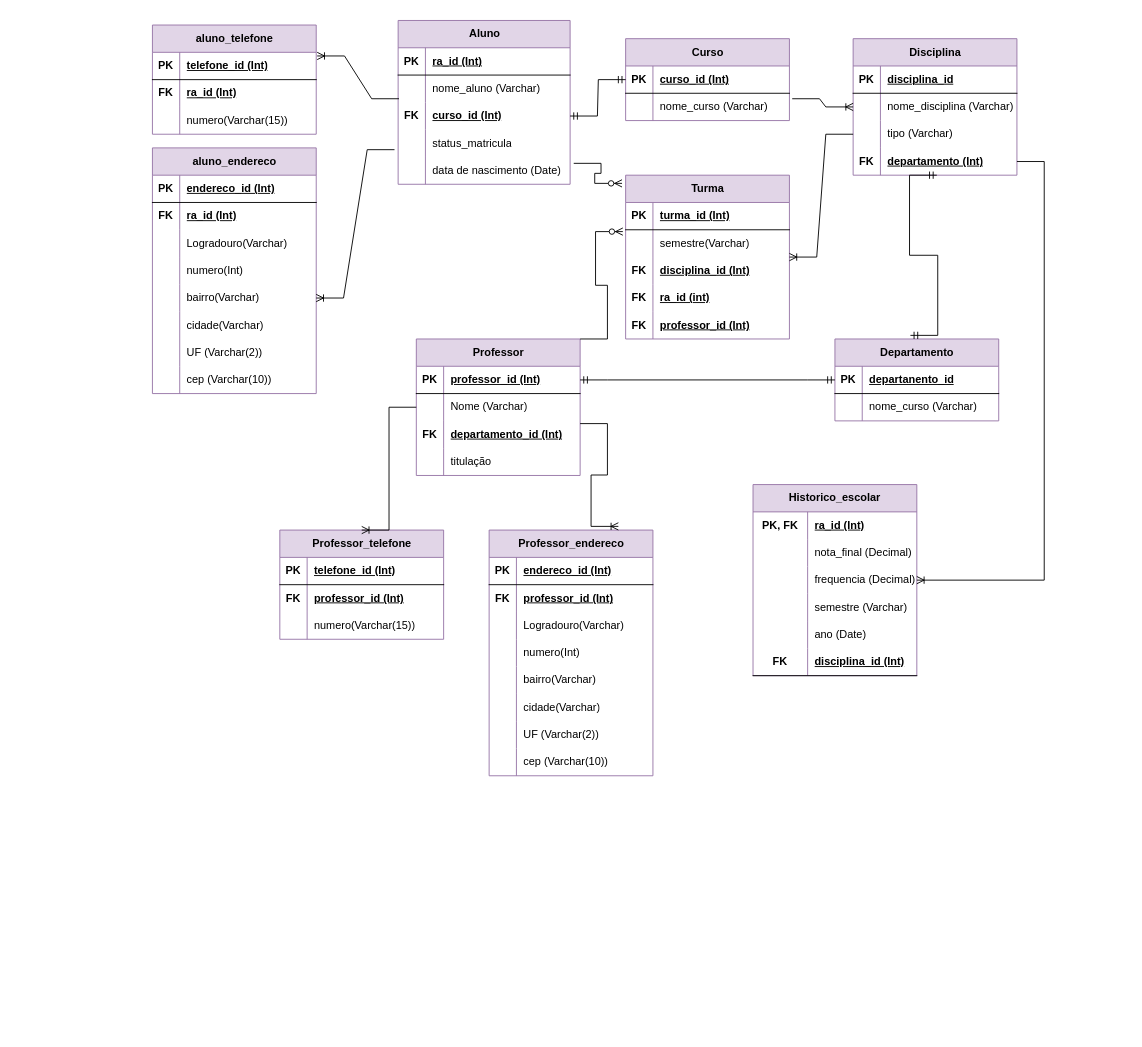
The draw.io diagram faculdadebd.drawio in Laraewellen/Banco-de-dados-teste, before the edit. Source tidied: cells renumbered, new cells numbered last; positions are measured from the earlier drawing's top-left corner, leaving out a move shared by most shapes. Both pictures are drawn from the tidied source at 91%, with x=0, y=0 at pixel (152, 20).
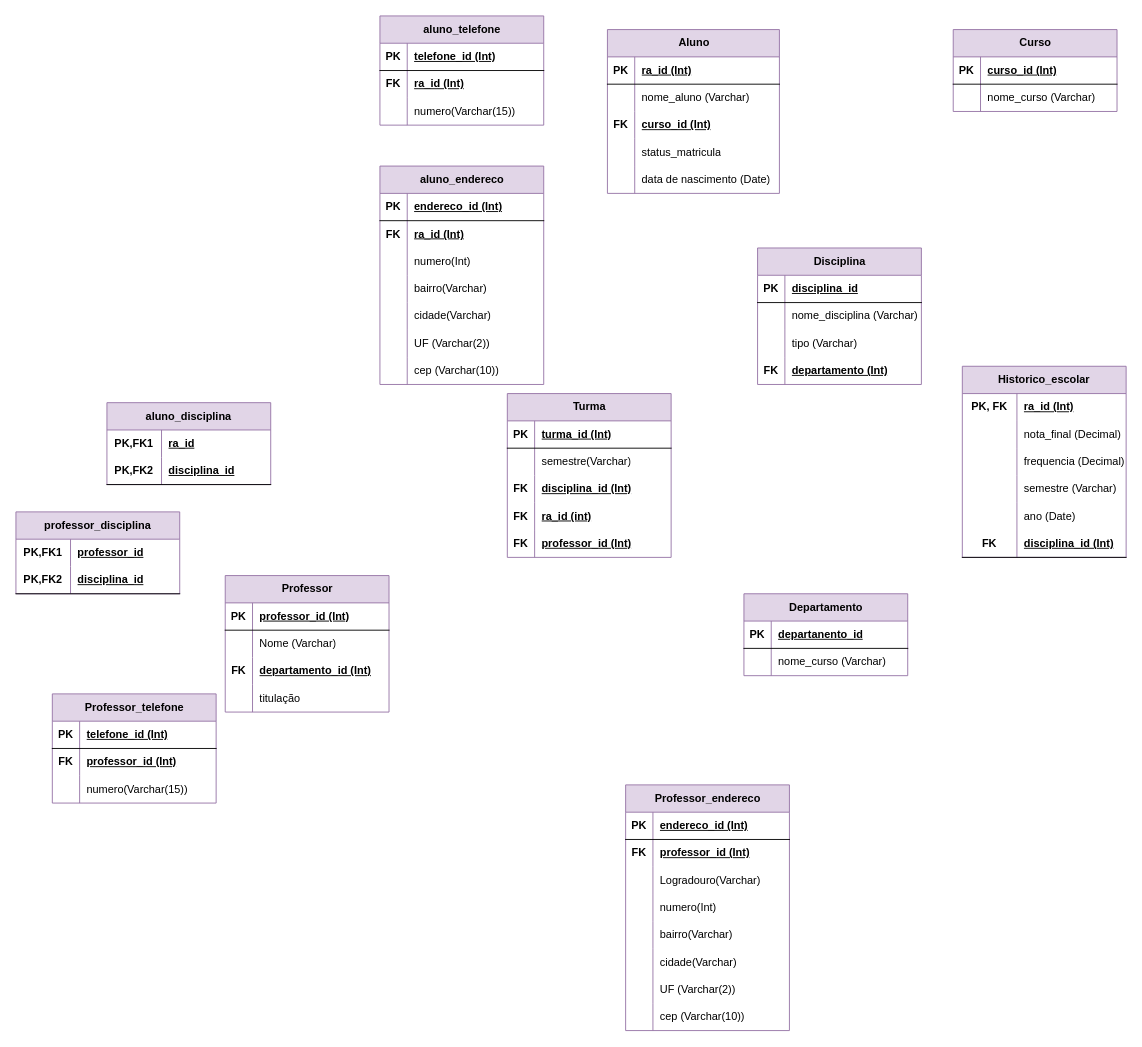
The same diagram, later.

The change refers to these unchanged cells:
```xml
<mxCell id="9" style="shape=tableRow;horizontal=0;startSize=0;swimlaneHead=0;swimlaneBody=0;fillColor=none;points=[[0,0.5],[1,0.5]];portConstraint=eastwest;top=0;left=0;right=0;bottom=0;" parent="2" vertex="1">
  <mxGeometry y="90" width="189" height="30" as="geometry" />
</mxCell>
<mxCell id="12" style="shape=tableRow;horizontal=0;startSize=0;swimlaneHead=0;swimlaneBody=0;fillColor=none;points=[[0,0.5],[1,0.5]];portConstraint=eastwest;top=0;left=0;right=0;bottom=0;" parent="2" vertex="1">
  <mxGeometry y="120" width="189" height="30" as="geometry" />
</mxCell>
<mxCell id="15" style="shape=tableRow;horizontal=0;startSize=0;swimlaneHead=0;swimlaneBody=0;fillColor=none;points=[[0,0.5],[1,0.5]];portConstraint=eastwest;top=0;left=0;right=0;bottom=0;" parent="2" vertex="1">
  <mxGeometry y="150" width="189" height="30" as="geometry" />
</mxCell>
<mxCell id="22" style="shape=tableRow;horizontal=0;startSize=0;swimlaneHead=0;swimlaneBody=0;fillColor=none;points=[[0,0.5],[1,0.5]];portConstraint=eastwest;top=0;left=0;right=0;bottom=0;" parent="18" vertex="1">
  <mxGeometry y="60" width="180" height="30" as="geometry" />
</mxCell>
<mxCell id="25" style="shape=tableRow;horizontal=0;startSize=0;swimlaneHead=0;swimlaneBody=0;fillColor=none;points=[[0,0.5],[1,0.5]];portConstraint=eastwest;top=0;left=0;right=0;bottom=0;" parent="18" vertex="1">
  <mxGeometry y="90" width="180" height="30" as="geometry" />
</mxCell>
<mxCell id="28" style="shape=tableRow;horizontal=0;startSize=0;swimlaneHead=0;swimlaneBody=0;fillColor=none;points=[[0,0.5],[1,0.5]];portConstraint=eastwest;top=0;left=0;right=0;bottom=0;" parent="18" vertex="1">
  <mxGeometry y="120" width="180" height="30" as="geometry" />
</mxCell>
<mxCell id="32" style="shape=tableRow;horizontal=0;startSize=0;swimlaneHead=0;swimlaneBody=0;fillColor=none;points=[[0,0.5],[1,0.5]];portConstraint=eastwest;top=0;left=0;right=0;bottom=1;" parent="31" vertex="1">
  <mxGeometry y="30" width="180" height="30" as="geometry" />
</mxCell>
<mxCell id="35" style="shape=tableRow;horizontal=0;startSize=0;swimlaneHead=0;swimlaneBody=0;fillColor=none;points=[[0,0.5],[1,0.5]];portConstraint=eastwest;top=0;left=0;right=0;bottom=0;" parent="31" vertex="1">
  <mxGeometry y="60" width="180" height="30" as="geometry" />
</mxCell>
<mxCell id="58" style="shape=tableRow;horizontal=0;startSize=0;swimlaneHead=0;swimlaneBody=0;fillColor=none;points=[[0,0.5],[1,0.5]];portConstraint=eastwest;top=0;left=0;right=0;bottom=1;" parent="57" vertex="1">
  <mxGeometry y="30" width="180" height="30" as="geometry" />
</mxCell>
<mxCell id="65" style="shape=tableRow;horizontal=0;startSize=0;swimlaneHead=0;swimlaneBody=0;fillColor=none;points=[[0,0.5],[1,0.5]];portConstraint=eastwest;top=0;left=0;right=0;bottom=1;" parent="64" vertex="1">
  <mxGeometry y="30" width="180" height="30" as="geometry" />
</mxCell>
<mxCell id="68" style="shape=tableRow;horizontal=0;startSize=0;swimlaneHead=0;swimlaneBody=0;fillColor=none;points=[[0,0.5],[1,0.5]];portConstraint=eastwest;top=0;left=0;right=0;bottom=0;" parent="64" vertex="1">
  <mxGeometry y="60" width="180" height="30" as="geometry" />
</mxCell>
<mxCell id="71" style="shape=tableRow;horizontal=0;startSize=0;swimlaneHead=0;swimlaneBody=0;fillColor=none;points=[[0,0.5],[1,0.5]];portConstraint=eastwest;top=0;left=0;right=0;bottom=0;" parent="64" vertex="1">
  <mxGeometry y="90" width="180" height="30" as="geometry" />
</mxCell>
<mxCell id="81" style="shape=tableRow;horizontal=0;startSize=0;swimlaneHead=0;swimlaneBody=0;fillColor=none;points=[[0,0.5],[1,0.5]];portConstraint=eastwest;top=0;left=0;right=0;bottom=0;" parent="77" vertex="1">
  <mxGeometry y="60" width="180" height="30" as="geometry" />
</mxCell>
<mxCell id="139" style="shape=tableRow;horizontal=0;startSize=0;swimlaneHead=0;swimlaneBody=0;fillColor=none;points=[[0,0.5],[1,0.5]];portConstraint=eastwest;top=0;left=0;right=0;bottom=1;" parent="138" vertex="1">
  <mxGeometry y="30" width="180" height="30" as="geometry" />
</mxCell>
```

The edit, as a diff of the source:
```diff
@@
     <mxCell id="2" value="Aluno" style="shape=table;startSize=30;childLayout=tableLayout;rowLines=0;fontStyle=1;align=center;html=1;fillColor=#e1d5e7;strokeColor=#9673a6;" parent="1" vertex="1">
-      <mxGeometry x="270" width="189" height="180" as="geometry" />
+      <mxGeometry x="500" y="10" width="189" height="180" as="geometry" />
     </mxCell>
@@
     <mxCell id="18" value="Disciplina" style="shape=table;startSize=30;childLayout=tableLayout;rowLines=0;fontStyle=1;align=center;html=1;fillColor=#e1d5e7;strokeColor=#9673a6;" parent="1" vertex="1">
-      <mxGeometry x="770" y="20" width="180" height="150" as="geometry" />
+      <mxGeometry x="665" y="250" width="180" height="150" as="geometry" />
     </mxCell>
@@
     <mxCell id="31" value="Curso" style="shape=table;startSize=30;childLayout=tableLayout;rowLines=0;fontStyle=1;align=center;html=1;fillColor=#e1d5e7;strokeColor=#9673a6;" parent="1" vertex="1">
-      <mxGeometry x="520" y="20" width="180" height="90" as="geometry" />
+      <mxGeometry x="880" y="10" width="180" height="90" as="geometry" />
     </mxCell>
@@
     <mxCell id="38" value="Historico_escolar" style="shape=table;startSize=30;childLayout=tableLayout;rowLines=0;fontStyle=1;align=center;html=1;whiteSpace=wrap;fillColor=#e1d5e7;strokeColor=#9673a6;" parent="1" vertex="1">
-      <mxGeometry x="660" y="510" width="180" height="210" as="geometry" />
+      <mxGeometry x="890" y="380" width="180" height="210" as="geometry" />
     </mxCell>
@@
     <mxCell id="57" value="Departamento" style="shape=table;startSize=30;childLayout=tableLayout;rowLines=0;fontStyle=1;align=center;html=1;fillColor=#e1d5e7;strokeColor=#9673a6;" parent="1" vertex="1">
-      <mxGeometry x="750" y="350" width="180" height="90" as="geometry" />
+      <mxGeometry x="650" y="630" width="180" height="90" as="geometry" />
     </mxCell>
@@
     <mxCell id="64" value="Professor" style="shape=table;startSize=30;childLayout=tableLayout;rowLines=0;fontStyle=1;align=center;html=1;fillColor=#e1d5e7;strokeColor=#9673a6;" parent="1" vertex="1">
-      <mxGeometry x="290" y="350" width="180" height="150" as="geometry" />
+      <mxGeometry x="80" y="610" width="180" height="150" as="geometry" />
     </mxCell>
@@
     <mxCell id="77" value="Turma" style="shape=table;startSize=30;childLayout=tableLayout;rowLines=0;fontStyle=1;align=center;html=1;fillColor=#e1d5e7;strokeColor=#9673a6;" parent="1" vertex="1">
-      <mxGeometry x="520" y="170" width="180" height="180" as="geometry" />
+      <mxGeometry x="390" y="410" width="180" height="180" as="geometry" />
     </mxCell>
@@
-    <mxCell id="93" style="edgeStyle=entityRelationEdgeStyle;fontSize=12;html=1;endArrow=ERmandOne;startArrow=ERmandOne;rounded=0;exitX=1;exitY=0.5;exitDx=0;exitDy=0;entryX=0;entryY=0.5;entryDx=0;entryDy=0;" parent="1" edge="1" source="9" target="32">
-      <mxGeometry relative="1" as="geometry" />
-    </mxCell>
-    <mxCell id="94" style="edgeStyle=entityRelationEdgeStyle;fontSize=12;html=1;endArrow=ERoneToMany;rounded=0;entryX=0;entryY=0.5;entryDx=0;entryDy=0;exitX=1.017;exitY=0.2;exitDx=0;exitDy=0;exitPerimeter=0;" parent="1" edge="1" source="35" target="22">
-      <mxGeometry relative="1" as="geometry" />
-    </mxCell>
-    <mxCell id="95" style="edgeStyle=entityRelationEdgeStyle;fontSize=12;html=1;endArrow=ERmandOne;startArrow=ERmandOne;rounded=0;entryX=0.511;entryY=1;entryDx=0;entryDy=0;entryPerimeter=0;exitX=0.461;exitY=-0.044;exitDx=0;exitDy=0;exitPerimeter=0;" parent="1" edge="1" source="57" target="28">
-      <mxGeometry relative="1" as="geometry">
-        <Array as="points">
-          <mxPoint x="822" y="480" />
-          <mxPoint x="810" y="480" />
-        </Array>
-      </mxGeometry>
-    </mxCell>
-    <mxCell id="96" style="edgeStyle=entityRelationEdgeStyle;fontSize=12;html=1;endArrow=ERoneToMany;rounded=0;exitX=0;exitY=0.5;exitDx=0;exitDy=0;strokeColor=#000000;" parent="1" edge="1" source="25" target="77">
-      <mxGeometry relative="1" as="geometry">
-        <Array as="points">
-          <mxPoint x="700" y="180" />
-        </Array>
-      </mxGeometry>
-    </mxCell>
-    <mxCell id="97" style="edgeStyle=entityRelationEdgeStyle;fontSize=12;html=1;endArrow=ERoneToMany;rounded=0;" parent="1" edge="1" source="28" target="38">
-      <mxGeometry relative="1" as="geometry" />
-    </mxCell>
-    <mxCell id="98" style="edgeStyle=entityRelationEdgeStyle;fontSize=12;html=1;endArrow=ERmandOne;startArrow=ERmandOne;rounded=0;exitX=1;exitY=0.5;exitDx=0;exitDy=0;entryX=0;entryY=0.5;entryDx=0;entryDy=0;" parent="1" edge="1" source="65" target="58">
-      <mxGeometry relative="1" as="geometry" />
-    </mxCell>
-    <mxCell id="99" style="edgeStyle=entityRelationEdgeStyle;fontSize=12;html=1;endArrow=ERzeroToMany;endFill=1;rounded=0;entryX=-0.017;entryY=0.067;entryDx=0;entryDy=0;entryPerimeter=0;exitX=1;exitY=0;exitDx=0;exitDy=0;" parent="1" edge="1" source="64" target="81">
-      <mxGeometry relative="1" as="geometry" />
-    </mxCell>
-    <mxCell id="100" style="edgeStyle=entityRelationEdgeStyle;fontSize=12;html=1;endArrow=ERzeroToMany;endFill=1;rounded=0;exitX=1.021;exitY=0.233;exitDx=0;exitDy=0;exitPerimeter=0;entryX=-0.022;entryY=0.05;entryDx=0;entryDy=0;entryPerimeter=0;" parent="1" edge="1" source="15" target="77">
-      <mxGeometry relative="1" as="geometry">
-        <Array as="points">
-          <mxPoint x="480" y="210" />
-          <mxPoint x="470" y="210" />
-          <mxPoint x="480" y="210" />
-          <mxPoint x="470" y="200" />
-          <mxPoint x="480" y="210" />
-          <mxPoint x="510" y="200" />
-        </Array>
-      </mxGeometry>
-    </mxCell>
     <mxCell id="101" value="Professor_telefone" style="shape=table;startSize=30;childLayout=tableLayout;rowLines=0;fontStyle=1;align=center;html=1;fillColor=#e1d5e7;strokeColor=#9673a6;" parent="1" vertex="1">
-      <mxGeometry x="140" y="560" width="180" height="120" as="geometry" />
+      <mxGeometry x="-110" y="740" width="180" height="120" as="geometry" />
     </mxCell>
@@
     <mxCell id="111" value="Professor_endereco" style="shape=table;startSize=30;childLayout=tableLayout;rowLines=0;fontStyle=1;align=center;html=1;fillColor=#e1d5e7;strokeColor=#9673a6;" parent="1" vertex="1">
-      <mxGeometry x="370" y="560" width="180" height="270" as="geometry" />
+      <mxGeometry x="520" y="840" width="180" height="270" as="geometry" />
     </mxCell>
@@
-    <mxCell id="136" style="edgeStyle=entityRelationEdgeStyle;fontSize=12;html=1;endArrow=ERoneToMany;rounded=0;exitX=0;exitY=0.5;exitDx=0;exitDy=0;entryX=0.5;entryY=0;entryDx=0;entryDy=0;" parent="1" edge="1" source="68" target="101">
-      <mxGeometry relative="1" as="geometry">
-        <Array as="points">
-          <mxPoint x="230" y="350" />
-          <mxPoint x="260" y="440" />
-          <mxPoint x="250" y="410" />
-        </Array>
-      </mxGeometry>
-    </mxCell>
-    <mxCell id="137" style="edgeStyle=entityRelationEdgeStyle;fontSize=12;html=1;endArrow=ERoneToMany;rounded=0;exitX=1;exitY=0.1;exitDx=0;exitDy=0;entryX=0.789;entryY=-0.015;entryDx=0;entryDy=0;exitPerimeter=0;entryPerimeter=0;" parent="1" edge="1" source="71" target="111">
-      <mxGeometry relative="1" as="geometry">
-        <Array as="points">
-          <mxPoint x="440" y="375" />
-          <mxPoint x="470" y="465" />
-          <mxPoint x="460" y="435" />
-        </Array>
-      </mxGeometry>
-    </mxCell>
     <mxCell id="138" value="aluno_telefone" style="shape=table;startSize=30;childLayout=tableLayout;rowLines=0;fontStyle=1;align=center;html=1;fillColor=#e1d5e7;strokeColor=#9673a6;" parent="1" vertex="1">
-      <mxGeometry y="5" width="180" height="120" as="geometry" />
+      <mxGeometry x="250" y="-5" width="180" height="120" as="geometry" />
     </mxCell>
@@
     <mxCell id="148" value="aluno_endereco" style="shape=table;startSize=30;childLayout=tableLayout;rowLines=0;fontStyle=1;align=center;html=1;fillColor=#e1d5e7;strokeColor=#9673a6;" parent="1" vertex="1">
-      <mxGeometry y="140" width="180" height="270" as="geometry" />
+      <mxGeometry x="250" y="160" width="180" height="240" as="geometry" />
     </mxCell>
@@
-    <mxCell id="155" style="shape=tableRow;horizontal=0;startSize=0;swimlaneHead=0;swimlaneBody=0;fillColor=none;top=0;left=0;right=0;bottom=0;" parent="148" vertex="1">
-      <mxGeometry y="90" width="180" height="30" as="geometry" />
-    </mxCell>
-    <mxCell id="156" style="shape=partialRectangle;fillColor=none;top=0;left=0;bottom=0;right=0;overflow=hidden;whiteSpace=wrap;html=1;" parent="155" vertex="1">
-      <mxGeometry width="30" height="30" as="geometry" />
-    </mxCell>
-    <mxCell id="157" value="Logradouro(Varchar)" style="shape=partialRectangle;fillColor=none;top=0;left=0;bottom=0;right=0;align=left;spacingLeft=6;overflow=hidden;whiteSpace=wrap;html=1;" parent="155" vertex="1">
-      <mxGeometry x="30" width="150" height="30" as="geometry" />
-    </mxCell>
     <mxCell id="158" style="shape=tableRow;horizontal=0;startSize=0;swimlaneHead=0;swimlaneBody=0;fillColor=none;top=0;left=0;right=0;bottom=0;" parent="148" vertex="1">
-      <mxGeometry y="120" width="180" height="30" as="geometry" />
+      <mxGeometry y="90" width="180" height="30" as="geometry" />
     </mxCell>
@@
     <mxCell id="161" style="shape=tableRow;horizontal=0;startSize=0;swimlaneHead=0;swimlaneBody=0;fillColor=none;points=[[0,0.5],[1,0.5]];portConstraint=eastwest;top=0;left=0;right=0;bottom=0;" parent="148" vertex="1">
-      <mxGeometry y="150" width="180" height="30" as="geometry" />
+      <mxGeometry y="120" width="180" height="30" as="geometry" />
     </mxCell>
@@
     <mxCell id="164" style="shape=tableRow;horizontal=0;startSize=0;swimlaneHead=0;swimlaneBody=0;fillColor=none;top=0;left=0;right=0;bottom=0;" parent="148" vertex="1">
-      <mxGeometry y="180" width="180" height="30" as="geometry" />
+      <mxGeometry y="150" width="180" height="30" as="geometry" />
     </mxCell>
@@
     <mxCell id="167" style="shape=tableRow;horizontal=0;startSize=0;swimlaneHead=0;swimlaneBody=0;fillColor=none;top=0;left=0;right=0;bottom=0;" parent="148" vertex="1">
-      <mxGeometry y="210" width="180" height="30" as="geometry" />
+      <mxGeometry y="180" width="180" height="30" as="geometry" />
     </mxCell>
@@
     <mxCell id="170" style="shape=tableRow;horizontal=0;startSize=0;swimlaneHead=0;swimlaneBody=0;fillColor=none;top=0;left=0;right=0;bottom=0;" parent="148" vertex="1">
-      <mxGeometry y="240" width="180" height="30" as="geometry" />
+      <mxGeometry y="210" width="180" height="30" as="geometry" />
     </mxCell>
@@
-    <mxCell id="173" style="edgeStyle=entityRelationEdgeStyle;fontSize=12;html=1;endArrow=ERoneToMany;rounded=0;exitX=0.005;exitY=-0.133;exitDx=0;exitDy=0;exitPerimeter=0;entryX=1.006;entryY=0.133;entryDx=0;entryDy=0;entryPerimeter=0;" parent="1" edge="1" source="9" target="139">
-      <mxGeometry relative="1" as="geometry" />
-    </mxCell>
-    <mxCell id="174" style="edgeStyle=entityRelationEdgeStyle;fontSize=12;html=1;endArrow=ERoneToMany;rounded=0;exitX=-0.021;exitY=0.733;exitDx=0;exitDy=0;exitPerimeter=0;entryX=1;entryY=0.5;entryDx=0;entryDy=0;" parent="1" edge="1" source="12" target="161">
-      <mxGeometry relative="1" as="geometry">
-        <Array as="points">
-          <mxPoint x="240" y="230" />
-        </Array>
-      </mxGeometry>
-    </mxCell>
+    <mxCell id="175" value="professor_disciplina" style="shape=table;startSize=30;childLayout=tableLayout;rowLines=0;fontStyle=1;align=center;html=1;whiteSpace=wrap;fillColor=#e1d5e7;strokeColor=#9673a6;" parent="1" vertex="1">
+      <mxGeometry x="-150" y="540" width="180" height="90" as="geometry" />
+    </mxCell>
+    <mxCell id="176" style="shape=tableRow;horizontal=0;startSize=0;swimlaneHead=0;swimlaneBody=0;fillColor=none;top=0;left=0;right=0;bottom=0;html=1;" parent="175" vertex="1">
+      <mxGeometry y="30" width="180" height="30" as="geometry" />
+    </mxCell>
+    <mxCell id="177" value="PK,FK1" style="shape=partialRectangle;fillColor=none;top=0;left=0;bottom=0;right=0;fontStyle=1;overflow=hidden;html=1;whiteSpace=wrap;" parent="176" vertex="1">
+      <mxGeometry width="60" height="30" as="geometry" />
+    </mxCell>
+    <mxCell id="178" value="professor_id" style="shape=partialRectangle;fillColor=none;top=0;left=0;bottom=0;right=0;align=left;spacingLeft=6;fontStyle=5;overflow=hidden;html=1;whiteSpace=wrap;" parent="176" vertex="1">
+      <mxGeometry x="60" width="120" height="30" as="geometry" />
+    </mxCell>
+    <mxCell id="179" style="shape=tableRow;horizontal=0;startSize=0;swimlaneHead=0;swimlaneBody=0;fillColor=none;top=0;left=0;right=0;bottom=1;html=1;" parent="175" vertex="1">
+      <mxGeometry y="60" width="180" height="30" as="geometry" />
+    </mxCell>
+    <mxCell id="180" value="PK,FK2" style="shape=partialRectangle;fillColor=none;top=0;left=0;bottom=0;right=0;fontStyle=1;overflow=hidden;html=1;whiteSpace=wrap;" parent="179" vertex="1">
+      <mxGeometry width="60" height="30" as="geometry" />
+    </mxCell>
+    <mxCell id="181" value="disciplina_id" style="shape=partialRectangle;fillColor=none;top=0;left=0;bottom=0;right=0;align=left;spacingLeft=6;fontStyle=5;overflow=hidden;html=1;whiteSpace=wrap;" parent="179" vertex="1">
+      <mxGeometry x="60" width="120" height="30" as="geometry" />
+    </mxCell>
+    <mxCell id="182" value="aluno_disciplina" style="shape=table;startSize=30;childLayout=tableLayout;rowLines=0;fontStyle=1;align=center;html=1;whiteSpace=wrap;fillColor=#e1d5e7;strokeColor=#9673a6;" parent="1" vertex="1">
+      <mxGeometry x="-50" y="420" width="180" height="90" as="geometry" />
+    </mxCell>
+    <mxCell id="183" style="shape=tableRow;horizontal=0;startSize=0;swimlaneHead=0;swimlaneBody=0;fillColor=none;top=0;left=0;right=0;bottom=0;html=1;" parent="182" vertex="1">
+      <mxGeometry y="30" width="180" height="30" as="geometry" />
+    </mxCell>
+    <mxCell id="184" value="PK,FK1" style="shape=partialRectangle;fillColor=none;top=0;left=0;bottom=0;right=0;fontStyle=1;overflow=hidden;html=1;whiteSpace=wrap;" parent="183" vertex="1">
+      <mxGeometry width="60" height="30" as="geometry" />
+    </mxCell>
+    <mxCell id="185" value="ra_id" style="shape=partialRectangle;fillColor=none;top=0;left=0;bottom=0;right=0;align=left;spacingLeft=6;fontStyle=5;overflow=hidden;html=1;whiteSpace=wrap;" parent="183" vertex="1">
+      <mxGeometry x="60" width="120" height="30" as="geometry" />
+    </mxCell>
+    <mxCell id="186" style="shape=tableRow;horizontal=0;startSize=0;swimlaneHead=0;swimlaneBody=0;fillColor=none;top=0;left=0;right=0;bottom=1;html=1;" parent="182" vertex="1">
+      <mxGeometry y="60" width="180" height="30" as="geometry" />
+    </mxCell>
+    <mxCell id="187" value="PK,FK2" style="shape=partialRectangle;fillColor=none;top=0;left=0;bottom=0;right=0;fontStyle=1;overflow=hidden;html=1;whiteSpace=wrap;" parent="186" vertex="1">
+      <mxGeometry width="60" height="30" as="geometry" />
+    </mxCell>
+    <mxCell id="188" value="disciplina_id" style="shape=partialRectangle;fillColor=none;top=0;left=0;bottom=0;right=0;align=left;spacingLeft=6;fontStyle=5;overflow=hidden;html=1;whiteSpace=wrap;" parent="186" vertex="1">
+      <mxGeometry x="60" width="120" height="30" as="geometry" />
+    </mxCell>
```
